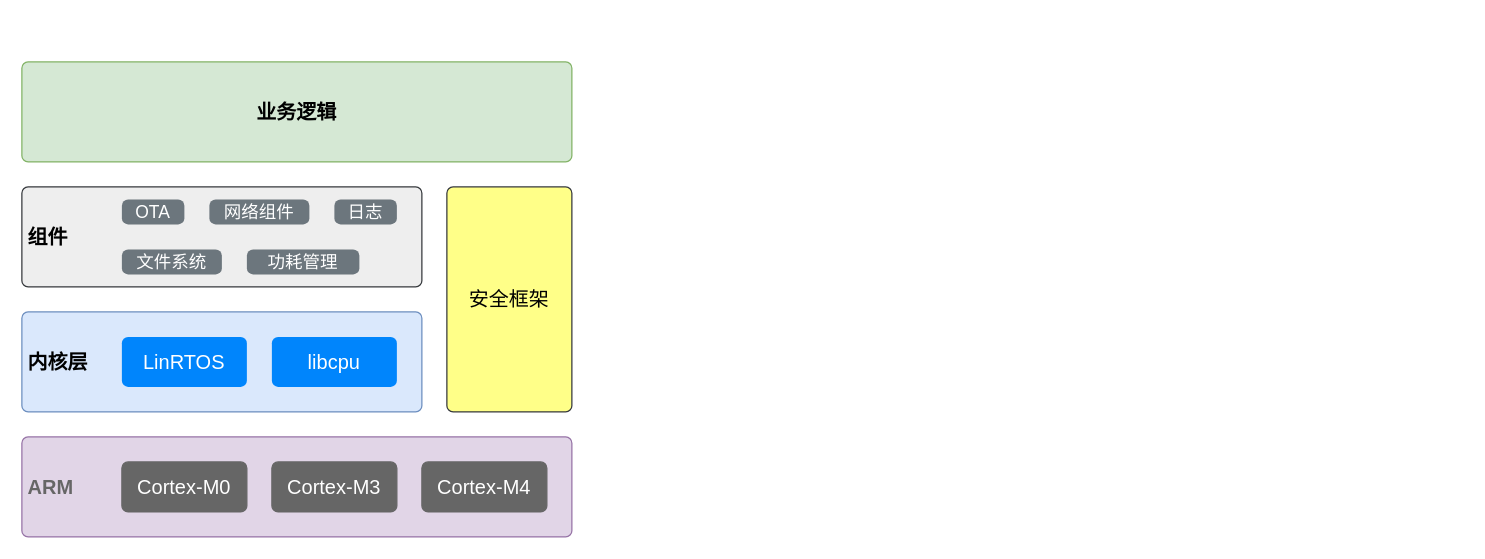
Before: LinRTOS.drawio in DaLinYYY/Diagram, a draw.io diagram. Source tidied: cells renumbered, new cells numbered last; positions are measured from the earlier drawing's top-left corner, leaving out a move shared by most shapes. Both pictures are drawn from the tidied source at 125%, with x=0, y=0 at pixel (21, 61).
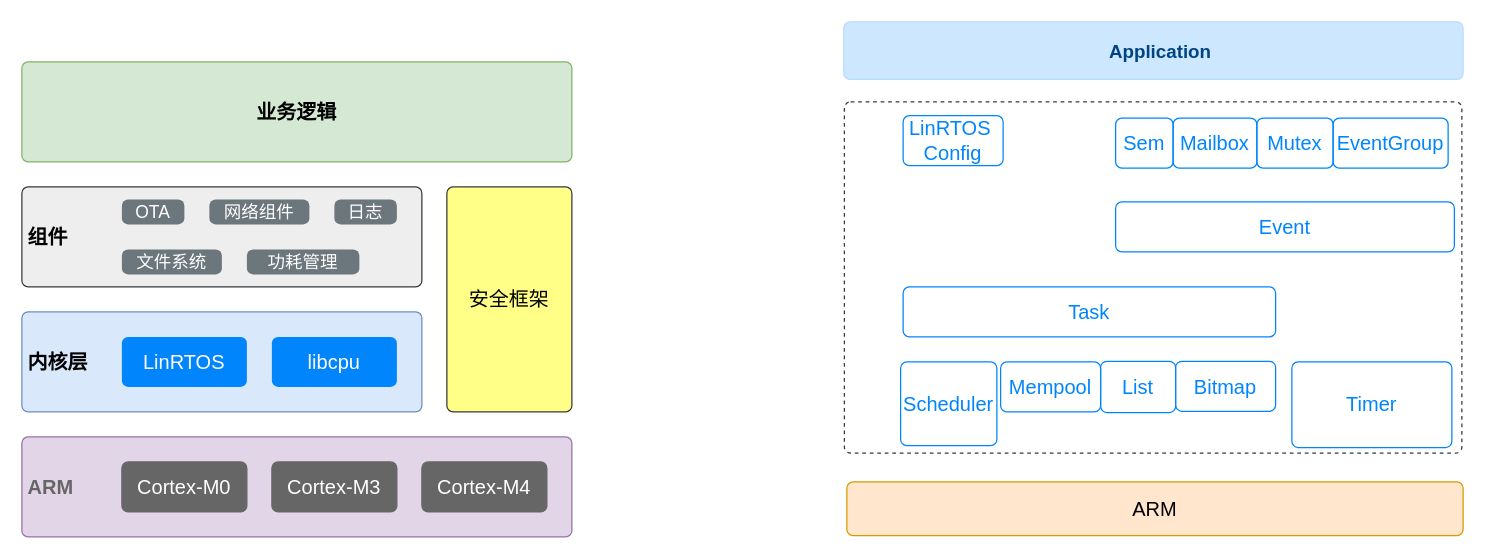
The same page after the edit.

The edit, as a diff of the source:
```diff
@@
+    <mxCell id="17" style="html=1;shadow=0;dashed=1;shape=mxgraph.bootstrap.rrect;rSize=5;strokeColor=#343A40;strokeWidth=1;fillColor=none;fontColor=#343A40;whiteSpace=wrap;align=center;verticalAlign=middle;spacingLeft=0;fontStyle=0;fontSize=16;spacing=5;" parent="1" vertex="1">
+      <mxGeometry x="658" y="32" width="494" height="281" as="geometry" />
+    </mxCell>
@@
+    <mxCell id="18" value="List" style="html=1;shadow=0;dashed=0;shape=mxgraph.bootstrap.rrect;rSize=5;strokeColor=#0085FC;strokeWidth=1;fillColor=none;fontColor=#0085FC;whiteSpace=wrap;align=center;verticalAlign=middle;spacingLeft=0;fontStyle=0;fontSize=16;spacing=5;" parent="1" vertex="1">
+      <mxGeometry x="863" y="239.5" width="60" height="41" as="geometry" />
+    </mxCell>
+    <mxCell id="19" value="Task" style="html=1;shadow=0;dashed=0;shape=mxgraph.bootstrap.rrect;rSize=5;strokeColor=#0085FC;strokeWidth=1;fillColor=none;fontColor=#0085FC;whiteSpace=wrap;align=center;verticalAlign=middle;spacingLeft=0;fontStyle=0;fontSize=16;spacing=5;" parent="1" vertex="1">
+      <mxGeometry x="705" y="180" width="298" height="40" as="geometry" />
+    </mxCell>
+    <mxCell id="20" value="Bitmap" style="html=1;shadow=0;dashed=0;shape=mxgraph.bootstrap.rrect;rSize=5;strokeColor=#0085FC;strokeWidth=1;fillColor=none;fontColor=#0085FC;whiteSpace=wrap;align=center;verticalAlign=middle;spacingLeft=0;fontStyle=0;fontSize=16;spacing=5;" parent="1" vertex="1">
+      <mxGeometry x="923" y="239.5" width="80" height="40" as="geometry" />
+    </mxCell>
+    <mxCell id="21" value="Timer" style="html=1;shadow=0;dashed=0;shape=mxgraph.bootstrap.rrect;rSize=5;strokeColor=#0085FC;strokeWidth=1;fillColor=none;fontColor=#0085FC;whiteSpace=wrap;align=center;verticalAlign=middle;spacingLeft=0;fontStyle=0;fontSize=16;spacing=5;" parent="1" vertex="1">
+      <mxGeometry x="1016" y="240" width="128" height="68.5" as="geometry" />
+    </mxCell>
+    <mxCell id="22" value="Event" style="html=1;shadow=0;dashed=0;shape=mxgraph.bootstrap.rrect;rSize=5;strokeColor=#0085FC;strokeWidth=1;fillColor=none;fontColor=#0085FC;whiteSpace=wrap;align=center;verticalAlign=middle;spacingLeft=0;fontStyle=0;fontSize=16;spacing=5;" parent="1" vertex="1">
+      <mxGeometry x="875" y="112" width="271" height="40" as="geometry" />
+    </mxCell>
+    <mxCell id="23" value="ARM" style="html=1;shadow=0;dashed=0;shape=mxgraph.bootstrap.rrect;rSize=5;strokeColor=#d79b00;strokeWidth=1;fillColor=#ffe6cc;whiteSpace=wrap;align=center;verticalAlign=middle;spacingLeft=0;fontStyle=0;fontSize=16;spacing=5;" parent="1" vertex="1">
+      <mxGeometry x="660" y="336" width="493" height="43" as="geometry" />
+    </mxCell>
+    <mxCell id="24" value="Scheduler" style="html=1;shadow=0;dashed=0;shape=mxgraph.bootstrap.rrect;rSize=5;strokeColor=#0085FC;strokeWidth=1;fillColor=none;fontColor=#0085FC;whiteSpace=wrap;align=center;verticalAlign=middle;spacingLeft=0;fontStyle=0;fontSize=16;spacing=5;" parent="1" vertex="1">
+      <mxGeometry x="703" y="240" width="77" height="67" as="geometry" />
+    </mxCell>
+    <mxCell id="25" value="Sem" style="html=1;shadow=0;dashed=0;shape=mxgraph.bootstrap.rrect;rSize=5;strokeColor=#0085FC;strokeWidth=1;fillColor=none;fontColor=#0085FC;whiteSpace=wrap;align=center;verticalAlign=middle;spacingLeft=0;fontStyle=0;fontSize=16;spacing=5;" parent="1" vertex="1">
+      <mxGeometry x="875" y="45" width="46" height="40" as="geometry" />
+    </mxCell>
+    <mxCell id="26" value="Mailbox" style="html=1;shadow=0;dashed=0;shape=mxgraph.bootstrap.rrect;rSize=5;strokeColor=#0085FC;strokeWidth=1;fillColor=none;fontColor=#0085FC;whiteSpace=wrap;align=center;verticalAlign=middle;spacingLeft=0;fontStyle=0;fontSize=16;spacing=5;" parent="1" vertex="1">
+      <mxGeometry x="921" y="45" width="67" height="40" as="geometry" />
+    </mxCell>
+    <mxCell id="27" value="Mutex" style="html=1;shadow=0;dashed=0;shape=mxgraph.bootstrap.rrect;rSize=5;strokeColor=#0085FC;strokeWidth=1;fillColor=none;fontColor=#0085FC;whiteSpace=wrap;align=center;verticalAlign=middle;spacingLeft=0;fontStyle=0;fontSize=16;spacing=5;" parent="1" vertex="1">
+      <mxGeometry x="988" y="45" width="61" height="40" as="geometry" />
+    </mxCell>
+    <mxCell id="28" value="EventGroup" style="html=1;shadow=0;dashed=0;shape=mxgraph.bootstrap.rrect;rSize=5;strokeColor=#0085FC;strokeWidth=1;fillColor=none;fontColor=#0085FC;whiteSpace=wrap;align=center;verticalAlign=middle;spacingLeft=0;fontStyle=0;fontSize=16;spacing=5;" parent="1" vertex="1">
+      <mxGeometry x="1049" y="45" width="92" height="40" as="geometry" />
+    </mxCell>
+    <mxCell id="29" value="Mempool" style="html=1;shadow=0;dashed=0;shape=mxgraph.bootstrap.rrect;rSize=5;strokeColor=#0085FC;strokeWidth=1;fillColor=none;fontColor=#0085FC;whiteSpace=wrap;align=center;verticalAlign=middle;spacingLeft=0;fontStyle=0;fontSize=16;spacing=5;" parent="1" vertex="1">
+      <mxGeometry x="783" y="240" width="80" height="40" as="geometry" />
+    </mxCell>
+    <mxCell id="30" value="&lt;b&gt;&lt;font style=&quot;font-size: 15px&quot;&gt;Application&lt;/font&gt;&lt;/b&gt;" style="html=1;shadow=0;dashed=0;shape=mxgraph.bootstrap.rrect;rSize=5;strokeColor=#B8DCFE;strokeWidth=1;fillColor=#CCE7FE;fontColor=#004583;whiteSpace=wrap;align=center;verticalAlign=middle;spacingLeft=10;" parent="1" vertex="1">
+      <mxGeometry x="657.5" y="-32" width="495.5" height="46" as="geometry" />
+    </mxCell>
+    <mxCell id="31" value="LinRTOS&amp;nbsp;&lt;br&gt;Config" style="html=1;shadow=0;dashed=0;shape=mxgraph.bootstrap.rrect;rSize=5;strokeColor=#0085FC;strokeWidth=1;fillColor=none;fontColor=#0085FC;whiteSpace=wrap;align=center;verticalAlign=middle;spacingLeft=0;fontStyle=0;fontSize=16;spacing=5;" parent="1" vertex="1">
+      <mxGeometry x="705" y="43" width="80" height="40" as="geometry" />
+    </mxCell>
```
